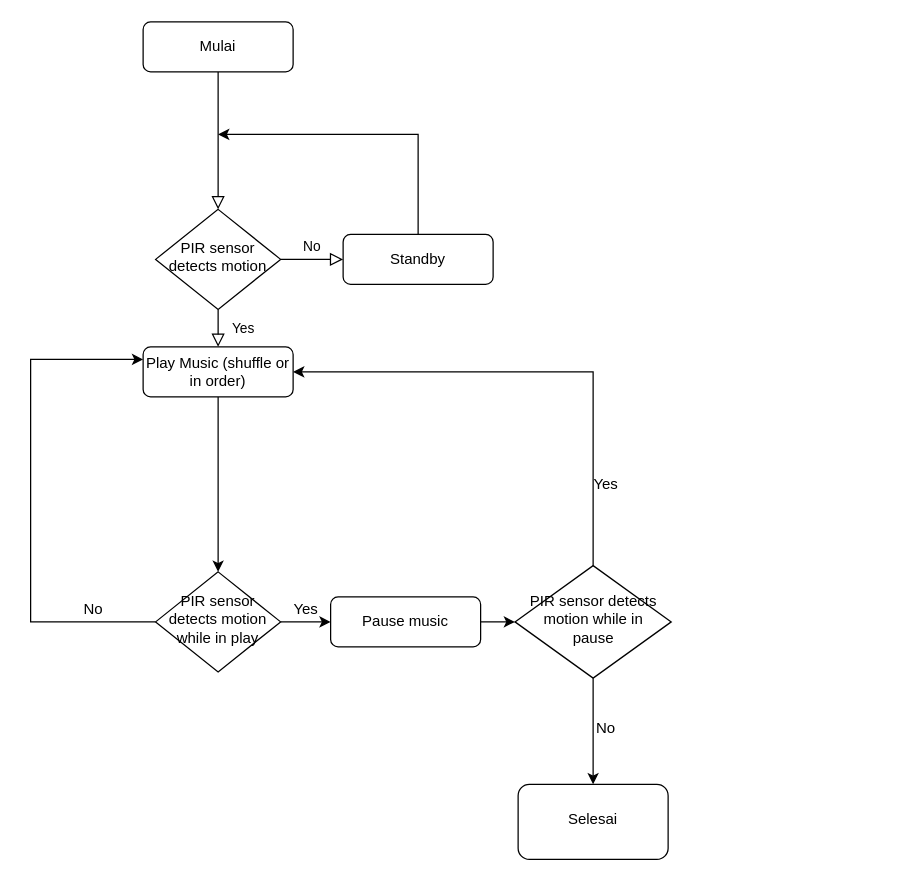
Before: Flowchart LTKA.drawio in nokur15/nokur.icha, a draw.io diagram. Source tidied: cells renumbered, new cells numbered last; positions are measured from the earlier drawing's top-left corner, leaving out a move shared by most shapes. Both pictures are drawn from the tidied source at 125%, with x=0, y=0 at pixel (30, 21).
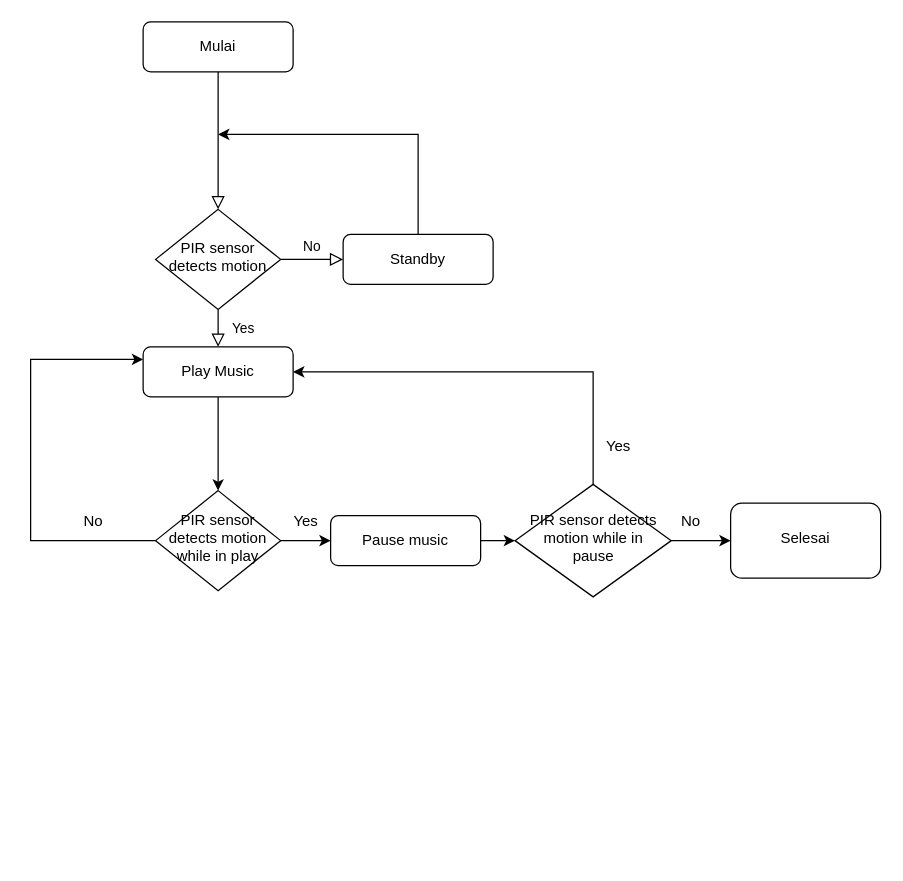
After the change.

Diff of the diagram source:
```diff
@@
     <mxCell id="11" value="Pause music" style="rounded=1;whiteSpace=wrap;html=1;fontSize=12;glass=0;strokeWidth=1;shadow=0;" parent="1" vertex="1">
-      <mxGeometry x="240" y="460" width="120" height="40" as="geometry" />
+      <mxGeometry x="240" y="395" width="120" height="40" as="geometry" />
     </mxCell>
-    <mxCell id="12" value="Play Music (shuffle or in order)" style="rounded=1;whiteSpace=wrap;html=1;fontSize=12;glass=0;strokeWidth=1;shadow=0;" parent="1" vertex="1">
+    <mxCell id="12" value="Play Music" style="rounded=1;whiteSpace=wrap;html=1;fontSize=12;glass=0;strokeWidth=1;shadow=0;" parent="1" vertex="1">
       <mxGeometry x="90" y="260" width="120" height="40" as="geometry" />
     </mxCell>
-    <mxCell id="13" style="edgeStyle=orthogonalEdgeStyle;rounded=0;jettySize=auto;html=1;entryX=0;entryY=0.25;entryDx=0;entryDy=0;" parent="1" edge="1" source="15" target="12">
+    <mxCell id="13" style="edgeStyle=orthogonalEdgeStyle;rounded=0;jettySize=auto;html=1;entryX=0;entryY=0.25;entryDx=0;entryDy=0;exitX=0;exitY=0.5;exitDx=0;exitDy=0;" parent="1" edge="1" source="15" target="12">
       <mxGeometry relative="1" as="geometry">
         <Array as="points">
-          <mxPoint y="480" />
+          <mxPoint y="415" />
           <mxPoint y="270" />
         </Array>
       </mxGeometry>
     </mxCell>
@@
     <mxCell id="15" value="PIR sensor detects motion while in play" style="rhombus;whiteSpace=wrap;html=1;shadow=0;fontFamily=Helvetica;fontSize=12;align=center;strokeWidth=1;spacing=6;spacingTop=-4;" parent="1" vertex="1">
-      <mxGeometry x="100" y="440" width="100" height="80" as="geometry" />
+      <mxGeometry x="100" y="375" width="100" height="80" as="geometry" />
     </mxCell>
     <mxCell id="16" value="No" style="text;html=1;align=center;verticalAlign=middle;" parent="1" vertex="1">
-      <mxGeometry x="35" y="460" width="30" height="20" as="geometry" />
+      <mxGeometry x="35" y="390" width="30" height="20" as="geometry" />
     </mxCell>
     <mxCell id="17" value="Yes" style="text;html=1;align=center;verticalAlign=middle;" parent="1" vertex="1">
-      <mxGeometry x="200" y="460" width="40" height="20" as="geometry" />
+      <mxGeometry x="200" y="390" width="40" height="20" as="geometry" />
     </mxCell>
@@
     <mxCell id="20" value="PIR sensor detects motion while in pause" style="rhombus;whiteSpace=wrap;html=1;shadow=0;fontFamily=Helvetica;fontSize=12;align=center;strokeWidth=1;spacing=6;spacingTop=-4;" parent="1" vertex="1">
-      <mxGeometry x="387.5" y="435" width="125" height="90" as="geometry" />
+      <mxGeometry x="387.5" y="370" width="125" height="90" as="geometry" />
     </mxCell>
     <mxCell id="21" value="Yes" style="text;html=1;align=center;verticalAlign=middle;" parent="1" vertex="1">
-      <mxGeometry x="440" y="360" width="40" height="20" as="geometry" />
+      <mxGeometry x="450" y="330" width="40" height="20" as="geometry" />
     </mxCell>
     <mxCell id="22" value="Selesai" style="whiteSpace=wrap;html=1;shadow=0;strokeWidth=1;spacing=6;spacingTop=-4;rounded=1;" parent="1" vertex="1">
-      <mxGeometry x="390" y="610" width="120" height="60" as="geometry" />
+      <mxGeometry x="560" y="385" width="120" height="60" as="geometry" />
     </mxCell>
     <mxCell id="23" value="No" style="text;html=1;align=center;verticalAlign=middle;" parent="1" vertex="1">
-      <mxGeometry x="445" y="555" width="30" height="20" as="geometry" />
+      <mxGeometry x="512.5" y="390" width="30" height="20" as="geometry" />
     </mxCell>
```
